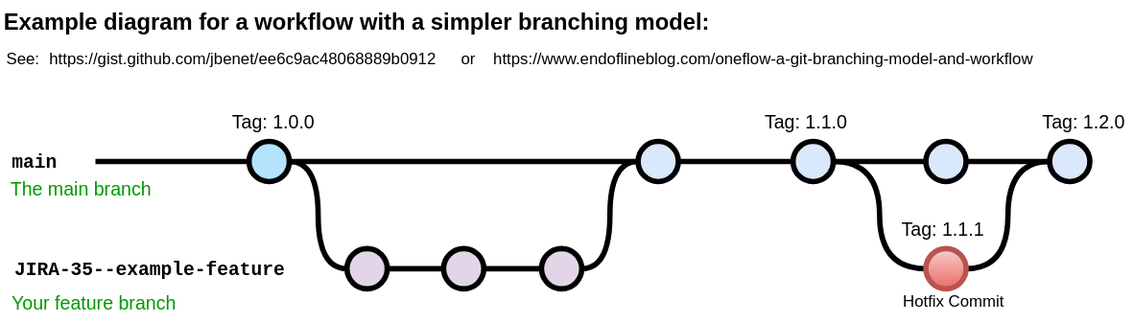
This is 未命名绘图.drawio.svg from jasminozhao/finalyr, a draw.io export, as it was before one commit. Source tidied: cells renumbered, new cells last; positions are measured from the earlier drawing's top-left corner, leaving out a move shared by most shapes. Source of this version:
```xml
<mxGraphModel>
  <root>
    <mxCell id="0" />
    <mxCell id="1" parent="0" />
    <mxCell id="2" value="Example diagram for a workflow with a simpler branching model:" style="text;whiteSpace=wrap;html=1;fontStyle=1;fontSize=17;" parent="1" vertex="1">
      <mxGeometry width="542.2" height="30" as="geometry" />
    </mxCell>
    <mxCell id="3" value="&lt;a href=&quot;https://gist.github.com/jbenet/ee6c9ac48068889b0912&quot;&gt;https://gist.github.com/jbenet/ee6c9ac48068889b0912&lt;/a&gt;" style="text;whiteSpace=wrap;html=1;" parent="1" vertex="1">
      <mxGeometry x="34.2" y="30" width="298" height="20" as="geometry" />
    </mxCell>
    <mxCell id="4" value="See:" style="text;whiteSpace=wrap;html=1;" parent="1" vertex="1">
      <mxGeometry x="1.5" y="30" width="32.8" height="20" as="geometry" />
    </mxCell>
    <mxCell id="5" style="edgeStyle=orthogonalEdgeStyle;rounded=0;html=1;jettySize=auto;plain-blue;endArrow=none;endFill=0;strokeWidth=4;strokeColor=#000000;" parent="1" edge="1" source="7" target="9">
      <mxGeometry x="304.5" y="180" as="geometry" />
    </mxCell>
    <mxCell id="6" style="edgeStyle=orthogonalEdgeStyle;curved=1;rounded=0;html=1;exitX=1;exitY=0.5;exitPerimeter=0;entryX=0;entryY=0.5;entryPerimeter=0;endArrow=none;endFill=0;jettySize=auto;strokeWidth=4;fontSize=15;" parent="1" edge="1" source="7" target="19">
      <mxGeometry relative="1" as="geometry" />
    </mxCell>
    <mxCell id="7" style="verticalLabelPosition=bottom;verticalAlign=top;html=1;strokeWidth=4;shape=mxgraph.flowchart.on-page_reference;plain-blue;gradientColor=none;fillColor=#B5E3Fe;strokeColor=#000000;" parent="1" vertex="1">
      <mxGeometry x="184.5" y="105" width="30" height="30" as="geometry" />
    </mxCell>
    <mxCell id="8" style="edgeStyle=orthogonalEdgeStyle;curved=1;rounded=0;jettySize=auto;html=1;endArrow=none;endFill=0;strokeWidth=4;fontFamily=Courier New;fontSize=16;" parent="1" edge="1" source="9" target="12">
      <mxGeometry relative="1" as="geometry" />
    </mxCell>
    <mxCell id="9" style="verticalLabelPosition=bottom;verticalAlign=top;html=1;strokeWidth=4;shape=mxgraph.flowchart.on-page_reference;plain-blue;gradientColor=none;strokeColor=#000000;" parent="1" vertex="1">
      <mxGeometry x="474.5" y="105" width="30" height="30" as="geometry" />
    </mxCell>
    <mxCell id="10" style="edgeStyle=orthogonalEdgeStyle;curved=1;rounded=0;jettySize=auto;html=1;endArrow=none;endFill=0;strokeWidth=4;fontFamily=Courier New;fontSize=16;" parent="1" edge="1" source="12" target="14">
      <mxGeometry relative="1" as="geometry" />
    </mxCell>
    <mxCell id="11" style="edgeStyle=orthogonalEdgeStyle;curved=1;rounded=0;jettySize=auto;html=1;endArrow=none;endFill=0;strokeWidth=4;fontFamily=Courier New;fontSize=16;entryX=0;entryY=0.5;entryDx=0;entryDy=0;entryPerimeter=0;" parent="1" edge="1" source="12" target="32">
      <mxGeometry relative="1" as="geometry" />
    </mxCell>
    <mxCell id="12" style="verticalLabelPosition=bottom;verticalAlign=top;html=1;strokeWidth=4;shape=mxgraph.flowchart.on-page_reference;plain-blue;gradientColor=none;strokeColor=#000000;" parent="1" vertex="1">
      <mxGeometry x="590" y="105" width="30" height="30" as="geometry" />
    </mxCell>
    <mxCell id="13" style="edgeStyle=orthogonalEdgeStyle;curved=1;rounded=0;jettySize=auto;html=1;endArrow=none;endFill=0;strokeWidth=4;fontFamily=Courier New;fontSize=16;" parent="1" edge="1" source="14" target="15">
      <mxGeometry relative="1" as="geometry" />
    </mxCell>
    <mxCell id="14" style="verticalLabelPosition=bottom;verticalAlign=top;html=1;strokeWidth=4;shape=mxgraph.flowchart.on-page_reference;plain-blue;gradientColor=none;strokeColor=#000000;" parent="1" vertex="1">
      <mxGeometry x="689" y="105" width="30" height="30" as="geometry" />
    </mxCell>
    <mxCell id="15" style="verticalLabelPosition=bottom;verticalAlign=top;html=1;strokeWidth=4;shape=mxgraph.flowchart.on-page_reference;plain-blue;gradientColor=none;strokeColor=#000000;" parent="1" vertex="1">
      <mxGeometry x="781.2" y="105" width="30" height="30" as="geometry" />
    </mxCell>
    <mxCell id="16" style="edgeStyle=orthogonalEdgeStyle;rounded=0;html=1;jettySize=auto;strokeWidth=4;endArrow=none;endFill=0;" parent="1" edge="1" target="7">
      <mxGeometry x="204.5" y="180" as="geometry">
        <mxPoint x="70" y="120" as="sourcePoint" />
      </mxGeometry>
    </mxCell>
    <mxCell id="17" value="main" style="text;html=1;strokeColor=none;fillColor=none;align=center;verticalAlign=middle;whiteSpace=wrap;overflow=hidden;fontSize=14;fontStyle=1;fontFamily=Courier New;" parent="1" vertex="1">
      <mxGeometry y="110" width="50" height="20" as="geometry" />
    </mxCell>
    <mxCell id="18" style="edgeStyle=orthogonalEdgeStyle;curved=1;rounded=0;html=1;exitX=1;exitY=0.5;exitPerimeter=0;entryX=0;entryY=0.5;entryPerimeter=0;endArrow=none;endFill=0;jettySize=auto;strokeWidth=4;fontSize=15;" parent="1" edge="1" source="19" target="21">
      <mxGeometry relative="1" as="geometry" />
    </mxCell>
    <mxCell id="19" style="verticalLabelPosition=bottom;verticalAlign=top;html=1;strokeWidth=4;shape=mxgraph.flowchart.on-page_reference;plain-purple;gradientColor=none;strokeColor=#000000;" parent="1" vertex="1">
      <mxGeometry x="257.5" y="185" width="30" height="30" as="geometry" />
    </mxCell>
    <mxCell id="20" style="edgeStyle=orthogonalEdgeStyle;curved=1;rounded=0;html=1;exitX=1;exitY=0.5;exitPerimeter=0;entryX=0;entryY=0.5;entryPerimeter=0;endArrow=none;endFill=0;jettySize=auto;strokeWidth=4;fontSize=15;" parent="1" edge="1" source="21" target="23">
      <mxGeometry relative="1" as="geometry" />
    </mxCell>
    <mxCell id="21" style="verticalLabelPosition=bottom;verticalAlign=top;html=1;strokeWidth=4;shape=mxgraph.flowchart.on-page_reference;plain-purple;gradientColor=none;strokeColor=#000000;" parent="1" vertex="1">
      <mxGeometry x="329.5" y="185" width="30" height="30" as="geometry" />
    </mxCell>
    <mxCell id="22" style="edgeStyle=orthogonalEdgeStyle;curved=1;rounded=0;html=1;exitX=1;exitY=0.5;exitPerimeter=0;entryX=0;entryY=0.5;entryPerimeter=0;endArrow=none;endFill=0;jettySize=auto;strokeWidth=4;fontSize=15;" parent="1" edge="1" source="23" target="9">
      <mxGeometry relative="1" as="geometry" />
    </mxCell>
    <mxCell id="23" style="verticalLabelPosition=bottom;verticalAlign=top;html=1;strokeWidth=4;shape=mxgraph.flowchart.on-page_reference;plain-purple;gradientColor=none;strokeColor=#000000;" parent="1" vertex="1">
      <mxGeometry x="402.5" y="185" width="30" height="30" as="geometry" />
    </mxCell>
    <mxCell id="24" value="JIRA-35--example-feature" style="text;html=1;strokeColor=none;fillColor=none;align=left;verticalAlign=middle;whiteSpace=wrap;overflow=hidden;fontSize=14;fontStyle=1;fontFamily=Courier New;" parent="1" vertex="1">
      <mxGeometry x="7.5" y="190" width="240" height="20" as="geometry" />
    </mxCell>
    <mxCell id="25" value="The main branch&lt;br&gt;" style="text;html=1;strokeColor=none;fillColor=none;align=left;verticalAlign=middle;whiteSpace=wrap;overflow=hidden;fontSize=14;fontStyle=0;fontColor=#009900;" parent="1" vertex="1">
      <mxGeometry x="5.2" y="130" width="132.2" height="20" as="geometry" />
    </mxCell>
    <mxCell id="26" value="Your feature branch" style="text;html=1;strokeColor=none;fillColor=none;align=left;verticalAlign=middle;whiteSpace=wrap;overflow=hidden;fontSize=14;fontStyle=0;fontColor=#009900;" parent="1" vertex="1">
      <mxGeometry x="6.2" y="215" width="202.2" height="20" as="geometry" />
    </mxCell>
    <mxCell id="27" value="Tag: 1.0.0" style="text;html=1;strokeColor=none;fillColor=none;align=center;verticalAlign=middle;whiteSpace=wrap;overflow=hidden;fontSize=14;" parent="1" vertex="1">
      <mxGeometry x="168.4" y="80" width="70" height="20" as="geometry" />
    </mxCell>
    <mxCell id="28" value="Tag: 1.1.0" style="text;html=1;strokeColor=none;fillColor=none;align=center;verticalAlign=middle;whiteSpace=wrap;overflow=hidden;fontSize=14;" parent="1" vertex="1">
      <mxGeometry x="564.5" y="80" width="70" height="20" as="geometry" />
    </mxCell>
    <mxCell id="29" value="&lt;a href=&quot;https://www.endoflineblog.com/oneflow-a-git-branching-model-and-workflow&quot;&gt;https://www.endoflineblog.com/oneflow-a-git-branching-model-and-workflow&lt;/a&gt;" style="text;whiteSpace=wrap;html=1;" parent="1" vertex="1">
      <mxGeometry x="364.5" y="30" width="413.8" height="20" as="geometry" />
    </mxCell>
    <mxCell id="30" value="or" style="text;whiteSpace=wrap;html=1;" parent="1" vertex="1">
      <mxGeometry x="340.6" y="30" width="11.6" height="20" as="geometry" />
    </mxCell>
    <mxCell id="31" style="edgeStyle=orthogonalEdgeStyle;curved=1;rounded=0;jettySize=auto;html=1;endArrow=none;endFill=0;strokeWidth=4;fontFamily=Courier New;fontSize=16;entryX=0;entryY=0.5;entryDx=0;entryDy=0;entryPerimeter=0;" parent="1" edge="1" source="32" target="15">
      <mxGeometry relative="1" as="geometry" />
    </mxCell>
    <mxCell id="32" style="verticalLabelPosition=bottom;verticalAlign=top;html=1;strokeWidth=4;shape=mxgraph.flowchart.on-page_reference;plain-blue;gradientColor=#EA6B66;strokeColor=#B85450;fillColor=#F8CECC;" parent="1" vertex="1">
      <mxGeometry x="689" y="185" width="30" height="30" as="geometry" />
    </mxCell>
    <mxCell id="33" value="Hotfix Commit" style="text;html=1;strokeColor=none;fillColor=none;align=center;verticalAlign=middle;whiteSpace=wrap;overflow=hidden;" parent="1" vertex="1">
      <mxGeometry x="669.5" y="210" width="80" height="30" as="geometry" />
    </mxCell>
    <mxCell id="34" value="Tag: 1.1.1" style="text;html=1;strokeColor=none;fillColor=none;align=center;verticalAlign=middle;whiteSpace=wrap;overflow=hidden;fontSize=14;" parent="1" vertex="1">
      <mxGeometry x="666.8" y="160" width="70" height="20" as="geometry" />
    </mxCell>
    <mxCell id="35" value="Tag: 1.2.0" style="text;html=1;strokeColor=none;fillColor=none;align=center;verticalAlign=middle;whiteSpace=wrap;overflow=hidden;fontSize=14;" parent="1" vertex="1">
      <mxGeometry x="772.2" y="80" width="70" height="20" as="geometry" />
    </mxCell>
  </root>
</mxGraphModel>
```
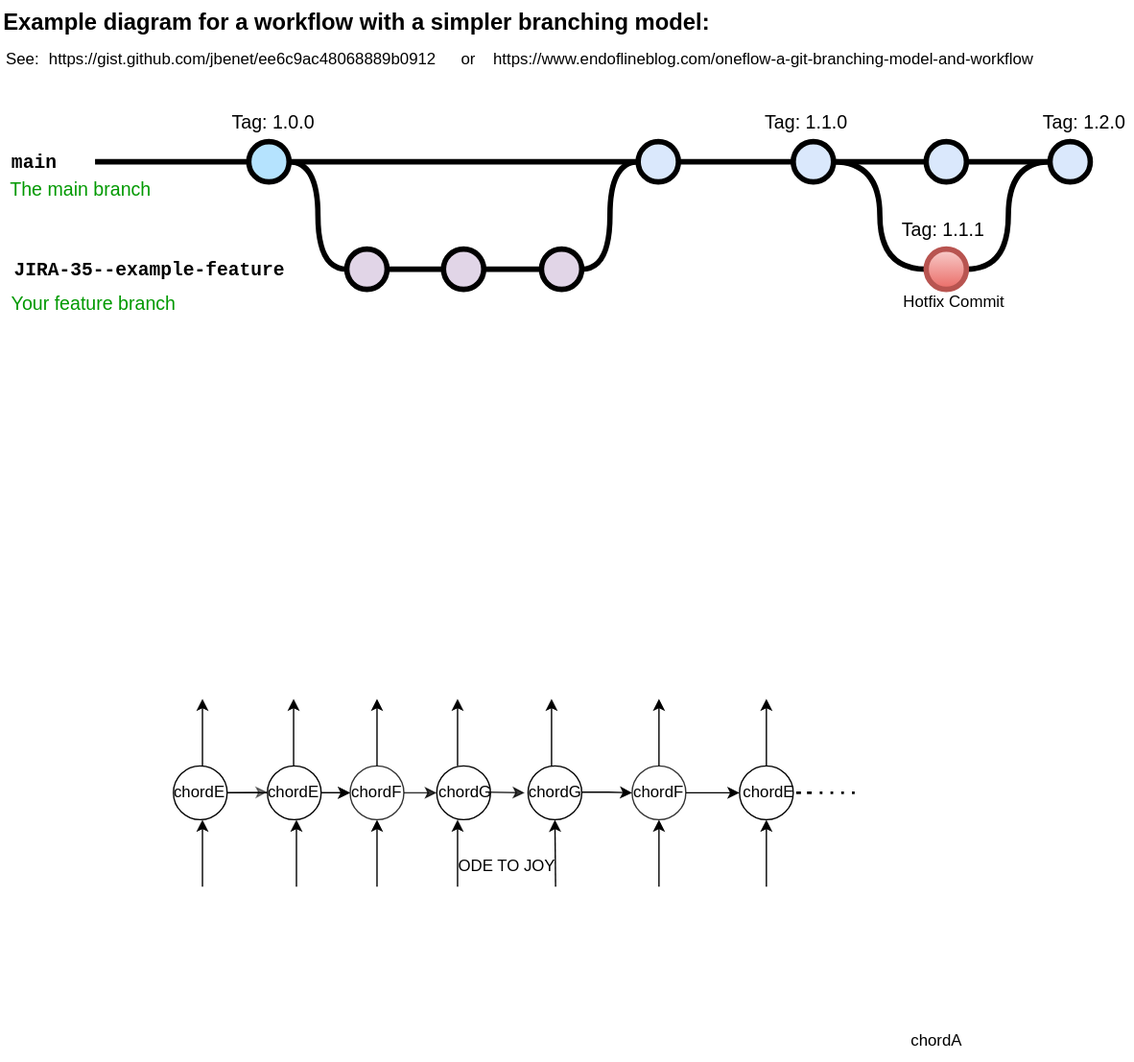
The same file after the commit.

Commit message:
更新未命名绘图.drawio.svg

Change to the diagram source:
```diff
@@ -106,5 +106,181 @@
     <mxCell id="35" value="Tag: 1.2.0" style="text;html=1;strokeColor=none;fillColor=none;align=center;verticalAlign=middle;whiteSpace=wrap;overflow=hidden;fontSize=14;" parent="1" vertex="1">
       <mxGeometry x="772.2" y="80" width="70" height="20" as="geometry" />
     </mxCell>
+    <mxCell id="36" style="edgeStyle=orthogonalEdgeStyle;rounded=0;jettySize=auto;html=1;" parent="1" edge="1" source="38" target="40">
+      <mxGeometry relative="1" as="geometry" />
+    </mxCell>
+    <mxCell id="37" style="edgeStyle=orthogonalEdgeStyle;rounded=0;jettySize=auto;html=1;" parent="1" edge="1" source="38" target="40">
+      <mxGeometry relative="1" as="geometry" />
+    </mxCell>
+    <mxCell id="38" style="ellipse;whiteSpace=wrap;html=1;" parent="1" vertex="1">
+      <mxGeometry x="128.4" y="570" width="40" height="40" as="geometry" />
+    </mxCell>
+    <mxCell id="39" style="ellipse;whiteSpace=wrap;html=1;" parent="1" vertex="1">
+      <mxGeometry x="198.4" y="570" width="40" height="40" as="geometry" />
+    </mxCell>
+    <mxCell id="40" style="ellipse;whiteSpace=wrap;html=1;opacity=80;" parent="1" vertex="1">
+      <mxGeometry x="260" y="570" width="40" height="40" as="geometry" />
+    </mxCell>
+    <mxCell id="41" style="ellipse;whiteSpace=wrap;html=1;" parent="1" vertex="1">
+      <mxGeometry x="324.5" y="570" width="40" height="40" as="geometry" />
+    </mxCell>
+    <mxCell id="42" style="ellipse;whiteSpace=wrap;html=1;" parent="1" vertex="1">
+      <mxGeometry x="392.5" y="570" width="40" height="40" as="geometry" />
+    </mxCell>
+    <mxCell id="43" style="endArrow=classic;html=1;rounded=0;opacity=50;" parent="1" edge="1">
+      <mxGeometry relative="1" as="geometry">
+        <mxPoint x="170" y="590" as="sourcePoint" />
+        <mxPoint x="198.4" y="589.5" as="targetPoint" />
+      </mxGeometry>
+    </mxCell>
+    <mxCell id="44" style="endArrow=classic;html=1;rounded=0;exitX=1;exitY=0.5;exitDx=0;exitDy=0;opacity=80;entryX=0;entryY=0.5;entryDx=0;entryDy=0;" parent="1" edge="1" source="40" target="41">
+      <mxGeometry relative="1" as="geometry" />
+    </mxCell>
+    <mxCell id="45" style="endArrow=classic;html=1;rounded=0;exitX=1;exitY=0.5;exitDx=0;exitDy=0;opacity=80;" parent="1" edge="1">
+      <mxGeometry relative="1" as="geometry">
+        <mxPoint x="364.5" y="589.5" as="sourcePoint" />
+        <mxPoint x="390" y="590" as="targetPoint" />
+      </mxGeometry>
+    </mxCell>
+    <mxCell id="46" value="chordE" style="text;strokeColor=none;align=center;fillColor=none;html=1;verticalAlign=middle;whiteSpace=wrap;rounded=0;" parent="1" vertex="1">
+      <mxGeometry x="118.4" y="575" width="60" height="30" as="geometry" />
+    </mxCell>
+    <mxCell id="47" value="chordE" style="text;strokeColor=none;align=center;fillColor=none;html=1;verticalAlign=middle;whiteSpace=wrap;rounded=0;" parent="1" vertex="1">
+      <mxGeometry x="188.4" y="575" width="60" height="30" as="geometry" />
+    </mxCell>
+    <mxCell id="48" value="chordF" style="text;strokeColor=none;align=center;fillColor=none;html=1;verticalAlign=middle;whiteSpace=wrap;rounded=0;" parent="1" vertex="1">
+      <mxGeometry x="250" y="575" width="60" height="30" as="geometry" />
+    </mxCell>
+    <mxCell id="49" value="chordG" style="text;strokeColor=none;align=center;fillColor=none;html=1;verticalAlign=middle;whiteSpace=wrap;rounded=0;" parent="1" vertex="1">
+      <mxGeometry x="316.4" y="575" width="60" height="30" as="geometry" />
+    </mxCell>
+    <mxCell id="50" value="chordA" style="text;strokeColor=none;align=center;fillColor=none;html=1;verticalAlign=middle;whiteSpace=wrap;rounded=0;" parent="1" vertex="1">
+      <mxGeometry x="666.8" y="760" width="60" height="30" as="geometry" />
+    </mxCell>
+    <mxCell id="51" value="chordG" style="text;strokeColor=none;align=center;fillColor=none;html=1;verticalAlign=middle;whiteSpace=wrap;rounded=0;" parent="1" vertex="1">
+      <mxGeometry x="382.5" y="575" width="60" height="30" as="geometry" />
+    </mxCell>
+    <mxCell id="52" style="endArrow=classic;html=1;rounded=0;" parent="1" edge="1">
+      <mxGeometry relative="1" as="geometry">
+        <mxPoint x="432.5" y="589.5" as="sourcePoint" />
+        <mxPoint x="470" y="590" as="targetPoint" />
+        <Array as="points">
+          <mxPoint x="452.5" y="589.5" />
+        </Array>
+      </mxGeometry>
+    </mxCell>
+    <mxCell id="53" style="ellipse;whiteSpace=wrap;html=1;opacity=80;" parent="1" vertex="1">
+      <mxGeometry x="470" y="570" width="40" height="40" as="geometry" />
+    </mxCell>
+    <mxCell id="54" value="chordF" style="text;strokeColor=none;align=center;fillColor=none;html=1;verticalAlign=middle;whiteSpace=wrap;rounded=0;" parent="1" vertex="1">
+      <mxGeometry x="460" y="575" width="60" height="30" as="geometry" />
+    </mxCell>
+    <mxCell id="55" style="ellipse;whiteSpace=wrap;html=1;" parent="1" vertex="1">
+      <mxGeometry x="550" y="570" width="40" height="40" as="geometry" />
+    </mxCell>
+    <mxCell id="56" value="chordE" style="text;strokeColor=none;align=center;fillColor=none;html=1;verticalAlign=middle;whiteSpace=wrap;rounded=0;" parent="1" vertex="1">
+      <mxGeometry x="542.2" y="575" width="60" height="30" as="geometry" />
+    </mxCell>
+    <mxCell id="57" style="endArrow=classic;html=1;rounded=0;" parent="1" edge="1">
+      <mxGeometry relative="1" as="geometry">
+        <mxPoint x="510" y="590" as="sourcePoint" />
+        <mxPoint x="550" y="590" as="targetPoint" />
+      </mxGeometry>
+    </mxCell>
+    <mxCell id="58" style="endArrow=none;dashed=1;html=1;dashPattern=1 3;strokeWidth=2;rounded=0;" parent="1" edge="1" source="56">
+      <mxGeometry relative="1" as="geometry">
+        <mxPoint x="640" y="590" as="targetPoint" />
+        <Array as="points">
+          <mxPoint x="590" y="590" />
+        </Array>
+      </mxGeometry>
+    </mxCell>
+    <mxCell id="59" style="endArrow=classic;html=1;rounded=0;entryX=0.5;entryY=1;entryDx=0;entryDy=0;" parent="1" edge="1" target="42">
+      <mxGeometry relative="1" as="geometry">
+        <mxPoint x="413" y="660" as="sourcePoint" />
+      </mxGeometry>
+    </mxCell>
+    <mxCell id="60" style="endArrow=classic;html=1;rounded=0;entryX=0.5;entryY=1;entryDx=0;entryDy=0;" parent="1" edge="1" target="53">
+      <mxGeometry relative="1" as="geometry">
+        <mxPoint x="490" y="660" as="sourcePoint" />
+      </mxGeometry>
+    </mxCell>
+    <mxCell id="61" style="endArrow=classic;html=1;rounded=0;entryX=0.5;entryY=1;entryDx=0;entryDy=0;" parent="1" edge="1" target="55">
+      <mxGeometry relative="1" as="geometry">
+        <mxPoint x="570" y="660" as="sourcePoint" />
+        <Array as="points">
+          <mxPoint x="570" y="640" />
+        </Array>
+      </mxGeometry>
+    </mxCell>
+    <mxCell id="62" style="endArrow=classic;html=1;rounded=0;entryX=0.5;entryY=1;entryDx=0;entryDy=0;" parent="1" edge="1">
+      <mxGeometry relative="1" as="geometry">
+        <mxPoint x="340" y="660" as="sourcePoint" />
+        <mxPoint x="340" y="610" as="targetPoint" />
+      </mxGeometry>
+    </mxCell>
+    <mxCell id="63" style="endArrow=classic;html=1;rounded=0;entryX=0.5;entryY=1;entryDx=0;entryDy=0;" parent="1" edge="1">
+      <mxGeometry relative="1" as="geometry">
+        <mxPoint x="280" y="660" as="sourcePoint" />
+        <mxPoint x="280" y="610" as="targetPoint" />
+      </mxGeometry>
+    </mxCell>
+    <mxCell id="64" style="endArrow=classic;html=1;rounded=0;entryX=0.5;entryY=1;entryDx=0;entryDy=0;" parent="1" edge="1">
+      <mxGeometry relative="1" as="geometry">
+        <mxPoint x="220" y="660" as="sourcePoint" />
+        <mxPoint x="220" y="610" as="targetPoint" />
+      </mxGeometry>
+    </mxCell>
+    <mxCell id="65" style="endArrow=classic;html=1;rounded=0;entryX=0.5;entryY=1;entryDx=0;entryDy=0;" parent="1" edge="1">
+      <mxGeometry relative="1" as="geometry">
+        <mxPoint x="150" y="660" as="sourcePoint" />
+        <mxPoint x="150" y="610" as="targetPoint" />
+      </mxGeometry>
+    </mxCell>
+    <mxCell id="66" style="endArrow=classic;html=1;rounded=0;entryX=0.5;entryY=1;entryDx=0;entryDy=0;" parent="1" edge="1">
+      <mxGeometry relative="1" as="geometry">
+        <mxPoint x="150" y="570" as="sourcePoint" />
+        <mxPoint x="150" y="520" as="targetPoint" />
+      </mxGeometry>
+    </mxCell>
+    <mxCell id="67" style="endArrow=classic;html=1;rounded=0;entryX=0.5;entryY=1;entryDx=0;entryDy=0;" parent="1" edge="1">
+      <mxGeometry relative="1" as="geometry">
+        <mxPoint x="217.9" y="570" as="sourcePoint" />
+        <mxPoint x="217.9" y="520" as="targetPoint" />
+      </mxGeometry>
+    </mxCell>
+    <mxCell id="68" style="endArrow=classic;html=1;rounded=0;entryX=0.5;entryY=1;entryDx=0;entryDy=0;" parent="1" edge="1">
+      <mxGeometry relative="1" as="geometry">
+        <mxPoint x="280" y="570" as="sourcePoint" />
+        <mxPoint x="280" y="520" as="targetPoint" />
+      </mxGeometry>
+    </mxCell>
+    <mxCell id="69" style="endArrow=classic;html=1;rounded=0;entryX=0.5;entryY=1;entryDx=0;entryDy=0;" parent="1" edge="1">
+      <mxGeometry relative="1" as="geometry">
+        <mxPoint x="340" y="570" as="sourcePoint" />
+        <mxPoint x="340" y="520" as="targetPoint" />
+      </mxGeometry>
+    </mxCell>
+    <mxCell id="70" style="endArrow=classic;html=1;rounded=0;entryX=0.5;entryY=1;entryDx=0;entryDy=0;" parent="1" edge="1">
+      <mxGeometry relative="1" as="geometry">
+        <mxPoint x="410" y="570" as="sourcePoint" />
+        <mxPoint x="410" y="520" as="targetPoint" />
+      </mxGeometry>
+    </mxCell>
+    <mxCell id="71" style="endArrow=classic;html=1;rounded=0;entryX=0.5;entryY=1;entryDx=0;entryDy=0;" parent="1" edge="1">
+      <mxGeometry relative="1" as="geometry">
+        <mxPoint x="490" y="570" as="sourcePoint" />
+        <mxPoint x="490" y="520" as="targetPoint" />
+      </mxGeometry>
+    </mxCell>
+    <mxCell id="72" style="endArrow=classic;html=1;rounded=0;entryX=0.5;entryY=1;entryDx=0;entryDy=0;" parent="1" edge="1">
+      <mxGeometry relative="1" as="geometry">
+        <mxPoint x="570" y="570" as="sourcePoint" />
+        <mxPoint x="570" y="520" as="targetPoint" />
+      </mxGeometry>
+    </mxCell>
+    <mxCell id="73" value="ODE TO JOY" style="text;strokeColor=none;align=center;fillColor=none;html=1;verticalAlign=middle;whiteSpace=wrap;rounded=0;" parent="1" vertex="1">
+      <mxGeometry x="332.5" y="630" width="87.5" height="30" as="geometry" />
+    </mxCell>
   </root>
 </mxGraphModel>
```
